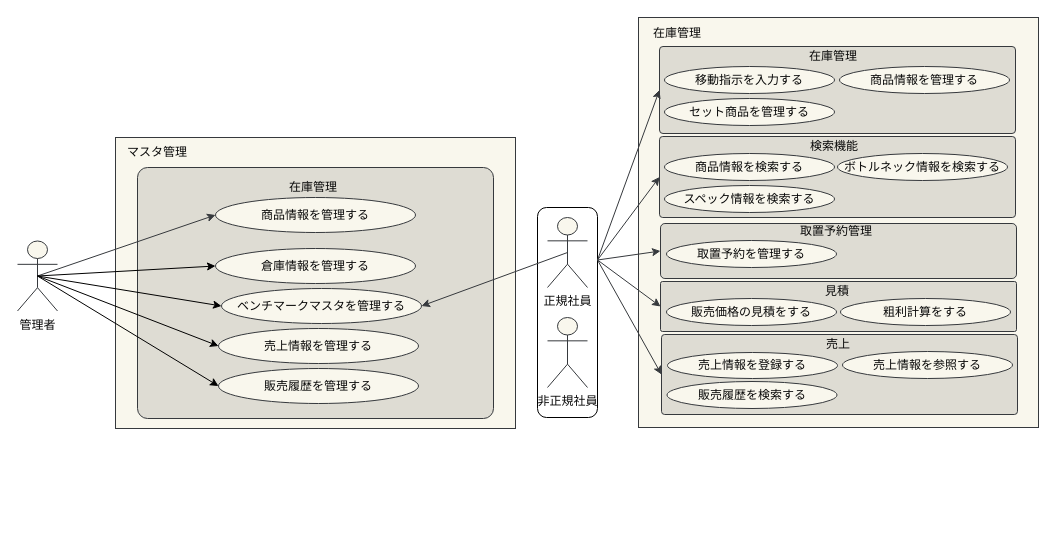
Earlier version of the draw.io diagram page "在庫管理_ユースケース図" (2 of 3) of 各種設計書/2ユースケース図_済/ユースケース図.drawio (HaruShim/Sotuken). Source tidied: cells renumbered, new cells numbered last; positions are measured from the earlier drawing's top-left corner, leaving out a move shared by most shapes. Both pictures are drawn from the tidied source at 100%, with x=0, y=0 at pixel (17, 17).
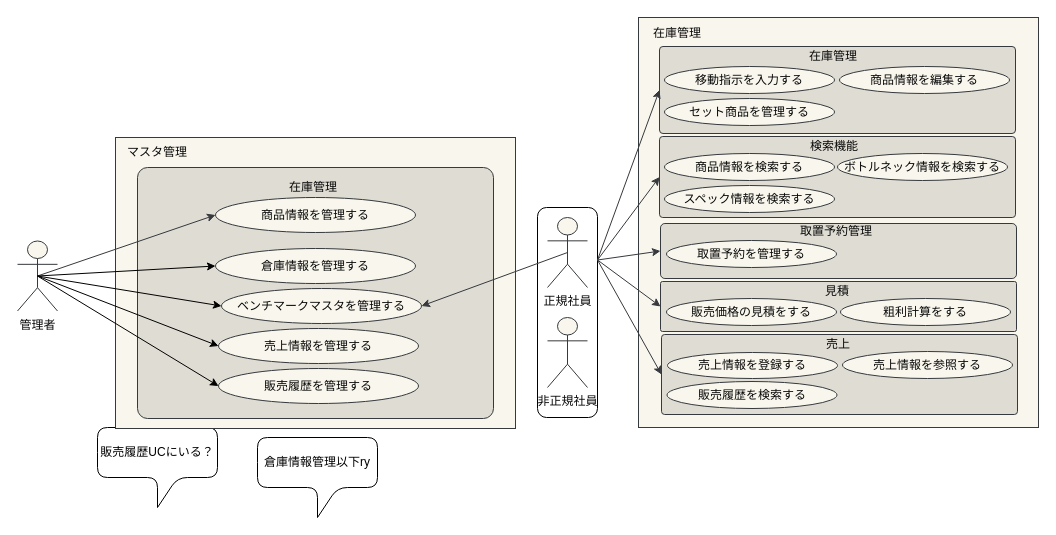
Above is the later version.

What changed in the source:
```diff
@@
+    <mxCell id="51" value="販売履歴UCにいる？" style="shape=callout;rounded=1;whiteSpace=wrap;html=1;perimeter=calloutPerimeter;" parent="1" vertex="1">
+      <mxGeometry x="80" y="410" width="120" height="80" as="geometry" />
+    </mxCell>
+    <mxCell id="52" value="倉庫情報管理以下ry" style="shape=callout;rounded=1;whiteSpace=wrap;html=1;perimeter=calloutPerimeter;" parent="1" vertex="1">
+      <mxGeometry x="240" y="420" width="120" height="80" as="geometry" />
+    </mxCell>
@@
-    <mxCell id="26" value="商品情報を管理する" style="ellipse;whiteSpace=wrap;html=1;strokeColor=#36393d;fillColor=#f9f7ed;fontColor=#080808;" parent="9" vertex="1">
+    <mxCell id="26" value="商品情報を編集する" style="ellipse;whiteSpace=wrap;html=1;strokeColor=#36393d;fillColor=#f9f7ed;fontColor=#080808;" parent="9" vertex="1">
       <mxGeometry x="822" y="49" width="170" height="27" as="geometry" />
     </mxCell>
```
